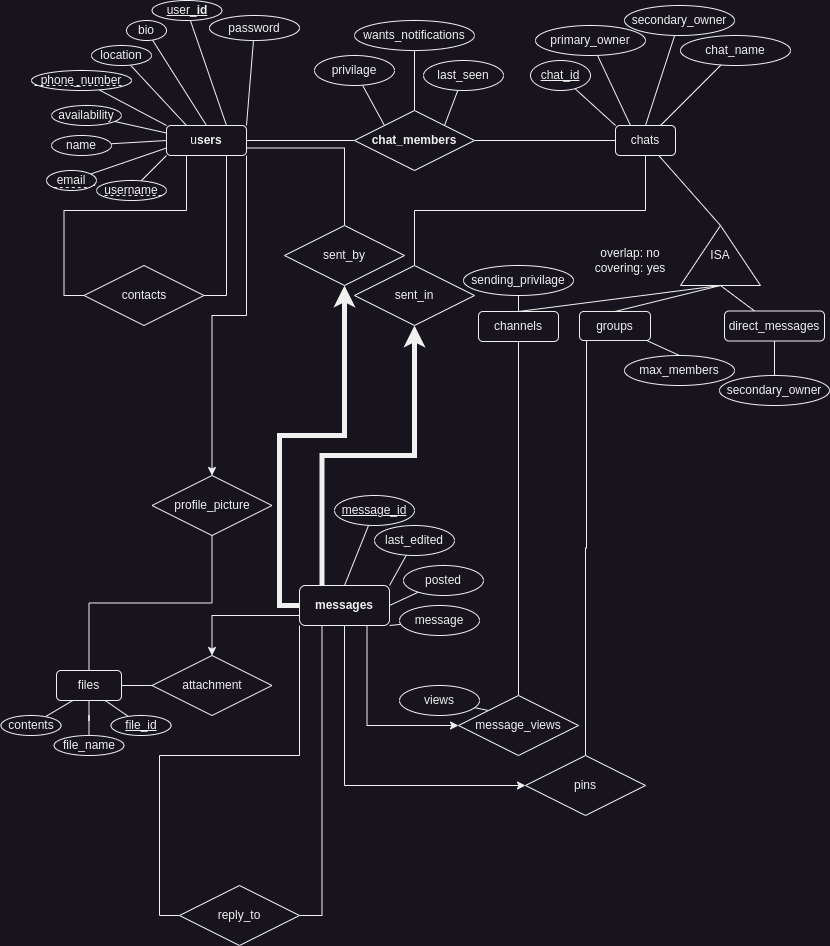
Above: ER Diagram.drawio.png in ParkerTenBroeck/COSC_3P32 (draw.io), before the change. Source tidied: cells renumbered, new cells last; positions are measured from the earlier drawing's top-left corner, leaving out a move shared by most shapes.
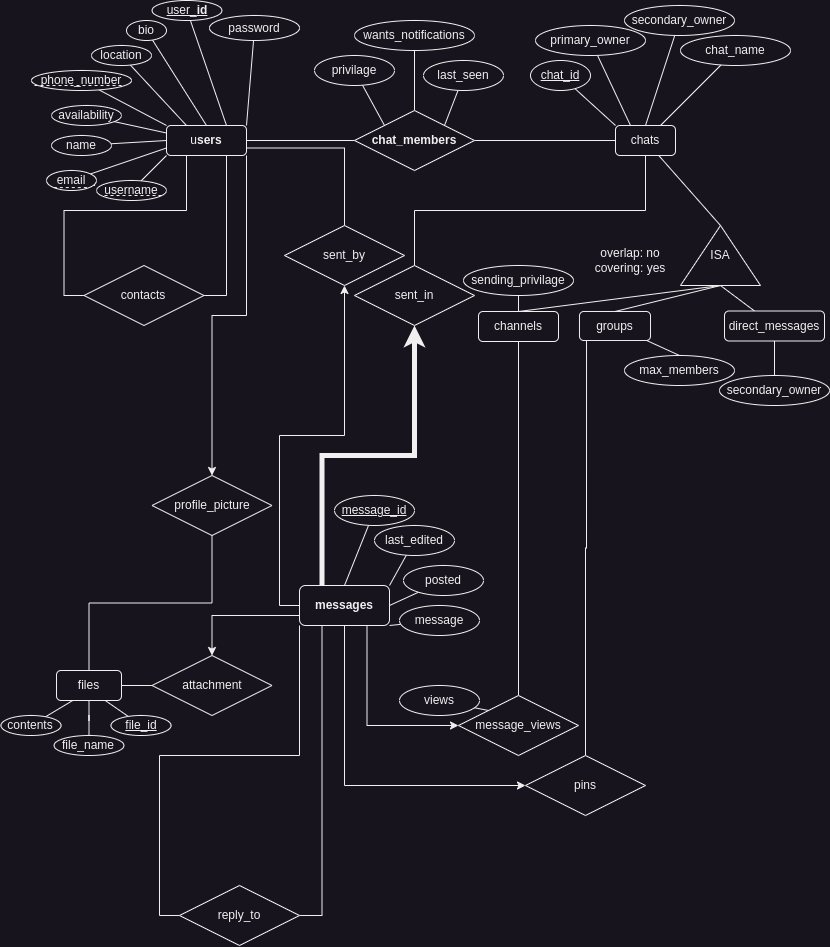
After the change.

The edit, as a diff of the source:
```diff
@@ -122,8 +122,14 @@
     <mxCell id="41" style="edgeStyle=orthogonalEdgeStyle;rounded=0;jettySize=auto;html=1;exitX=0.25;exitY=0;exitDx=0;exitDy=0;strokeWidth=5;" parent="1" edge="1" source="51" target="56">
       <mxGeometry relative="1" as="geometry" />
     </mxCell>
-    <mxCell id="42" style="edgeStyle=orthogonalEdgeStyle;rounded=0;jettySize=auto;html=1;exitX=0;exitY=0.5;exitDx=0;exitDy=0;strokeWidth=5;" parent="1" edge="1" source="51" target="57">
-      <mxGeometry relative="1" as="geometry" />
+    <mxCell id="42" style="edgeStyle=orthogonalEdgeStyle;rounded=0;jettySize=auto;html=1;exitX=0;exitY=0.5;exitDx=0;exitDy=0;strokeWidth=1;" parent="1" edge="1" source="51" target="57">
+      <mxGeometry relative="1" as="geometry">
+        <Array as="points">
+          <mxPoint x="279" y="605" />
+          <mxPoint x="279" y="435" />
+          <mxPoint x="344" y="435" />
+        </Array>
+      </mxGeometry>
     </mxCell>
     <mxCell id="43" style="rounded=0;jettySize=auto;html=1;exitX=0.5;exitY=0;exitDx=0;exitDy=0;endArrow=none;endFill=0;" parent="1" edge="1" source="51" target="52">
       <mxGeometry relative="1" as="geometry" />
```
